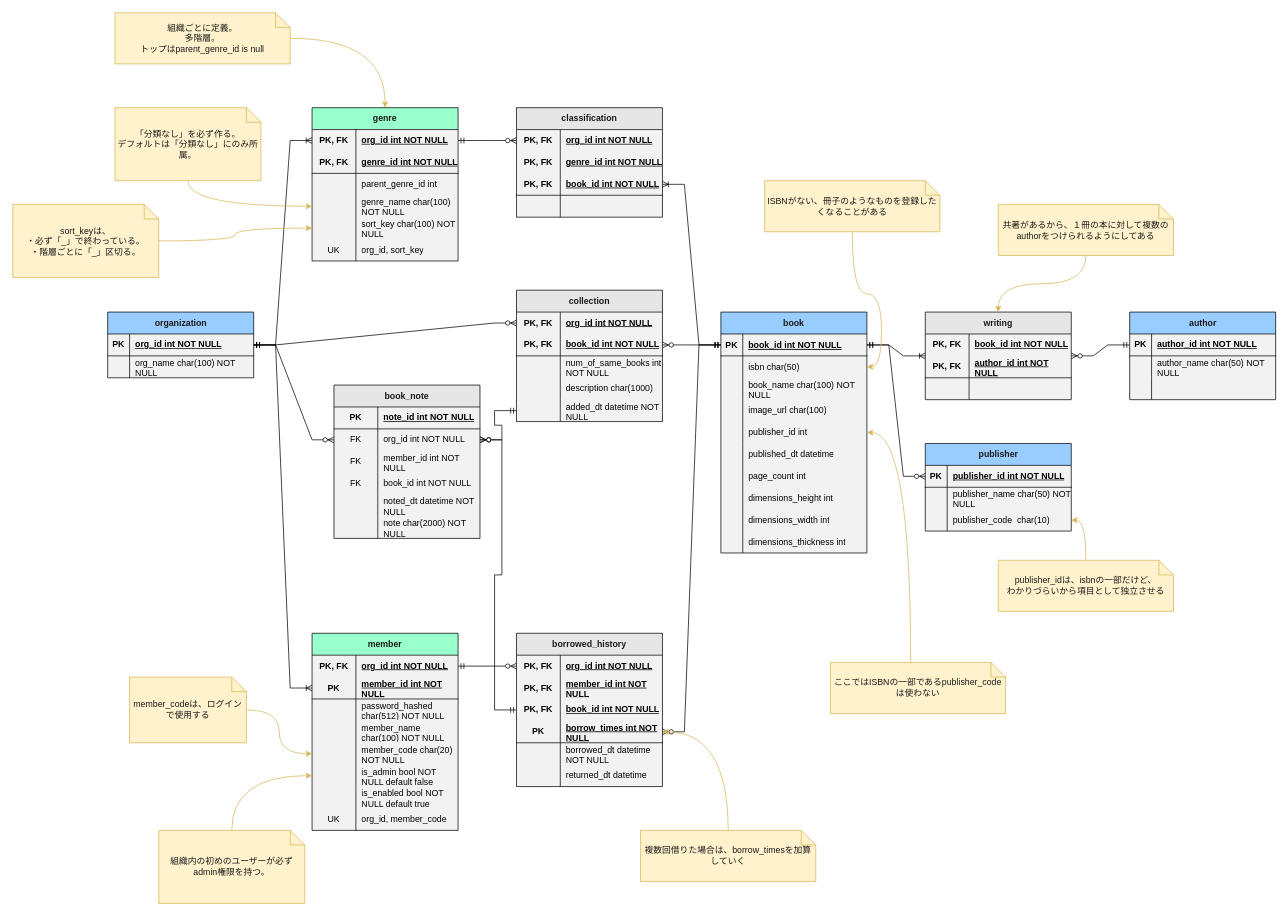
Earlier version of the draw.io diagram doc/er_diagram.drawio (yo16/bookshelf_2023). Source tidied: cells renumbered, new cells numbered last; positions are measured from the earlier drawing's top-left corner, leaving out a move shared by most shapes. Both pictures are drawn from the tidied source at 73%, with x=0, y=0 at pixel (12, 12).
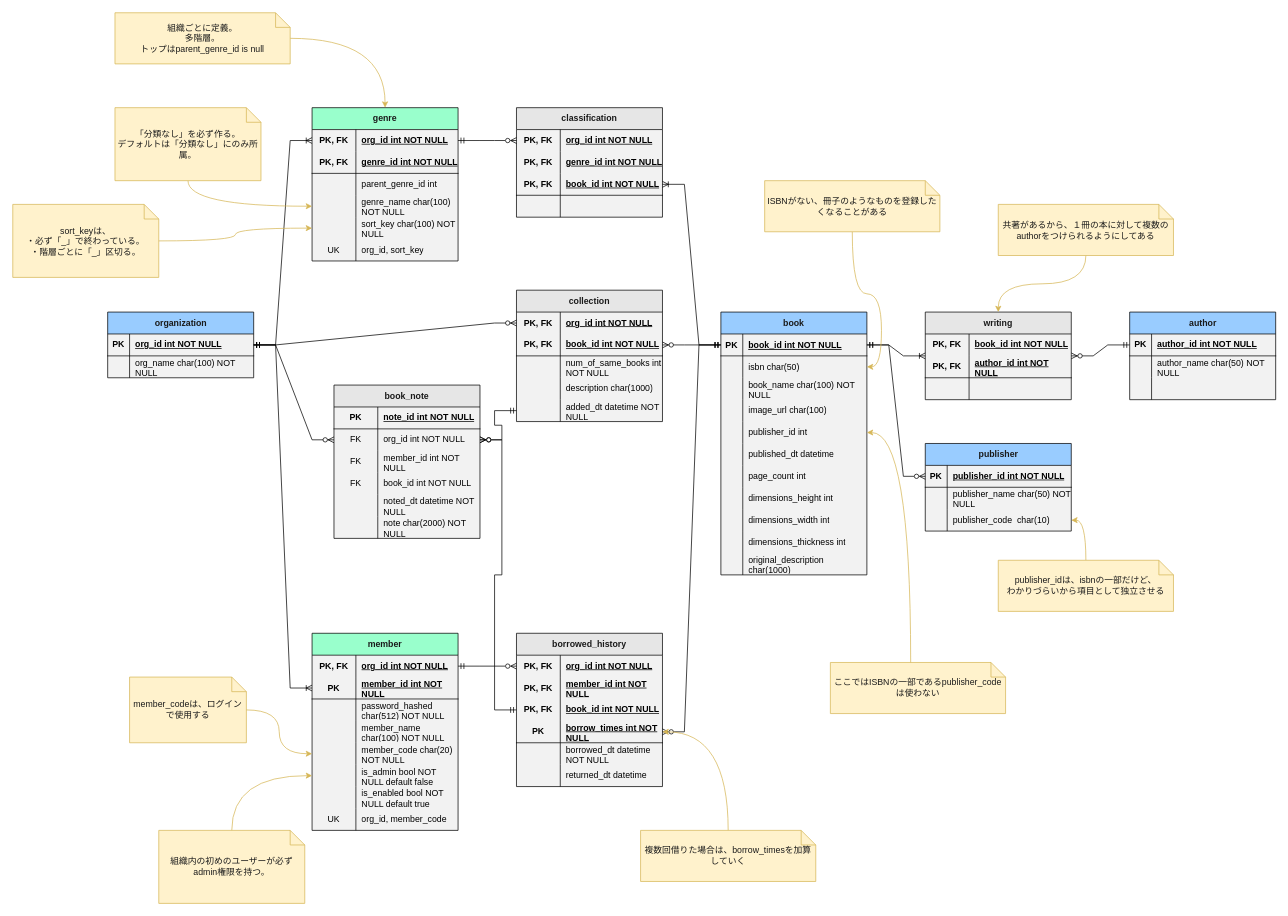
Above is the later version.

Change to the diagram source:
```diff
@@
     <mxCell id="2" value="book" style="shape=table;startSize=30;childLayout=tableLayout;rowLines=0;fontStyle=1;align=center;fillColor=#99CCFF;fontColor=#1A1A1A;swimlaneFillColor=#F2F2F2;" parent="1" vertex="1">
-      <mxGeometry x="970" y="410" width="200" height="330" as="geometry" />
+      <mxGeometry x="970" y="410" width="200" height="360" as="geometry" />
     </mxCell>
@@
+    <mxCell id="215" style="shape=partialRectangle;fillColor=none;top=0;left=0;right=0;bottom=0;" parent="2" vertex="1">
+      <mxGeometry y="330" width="200" height="30" as="geometry" />
+    </mxCell>
+    <mxCell id="216" style="shape=partialRectangle;overflow=hidden;fillColor=none;top=0;left=0;bottom=0;right=0;" parent="215" vertex="1">
+      <mxGeometry width="30" height="30" as="geometry" />
+    </mxCell>
+    <mxCell id="217" value="original_description char(1000)" style="shape=partialRectangle;overflow=hidden;fillColor=none;top=0;left=0;bottom=0;right=0;align=left;spacingLeft=6;verticalAlign=middle;whiteSpace=wrap;" parent="215" vertex="1">
+      <mxGeometry x="30" width="170" height="30" as="geometry" />
+    </mxCell>
```
